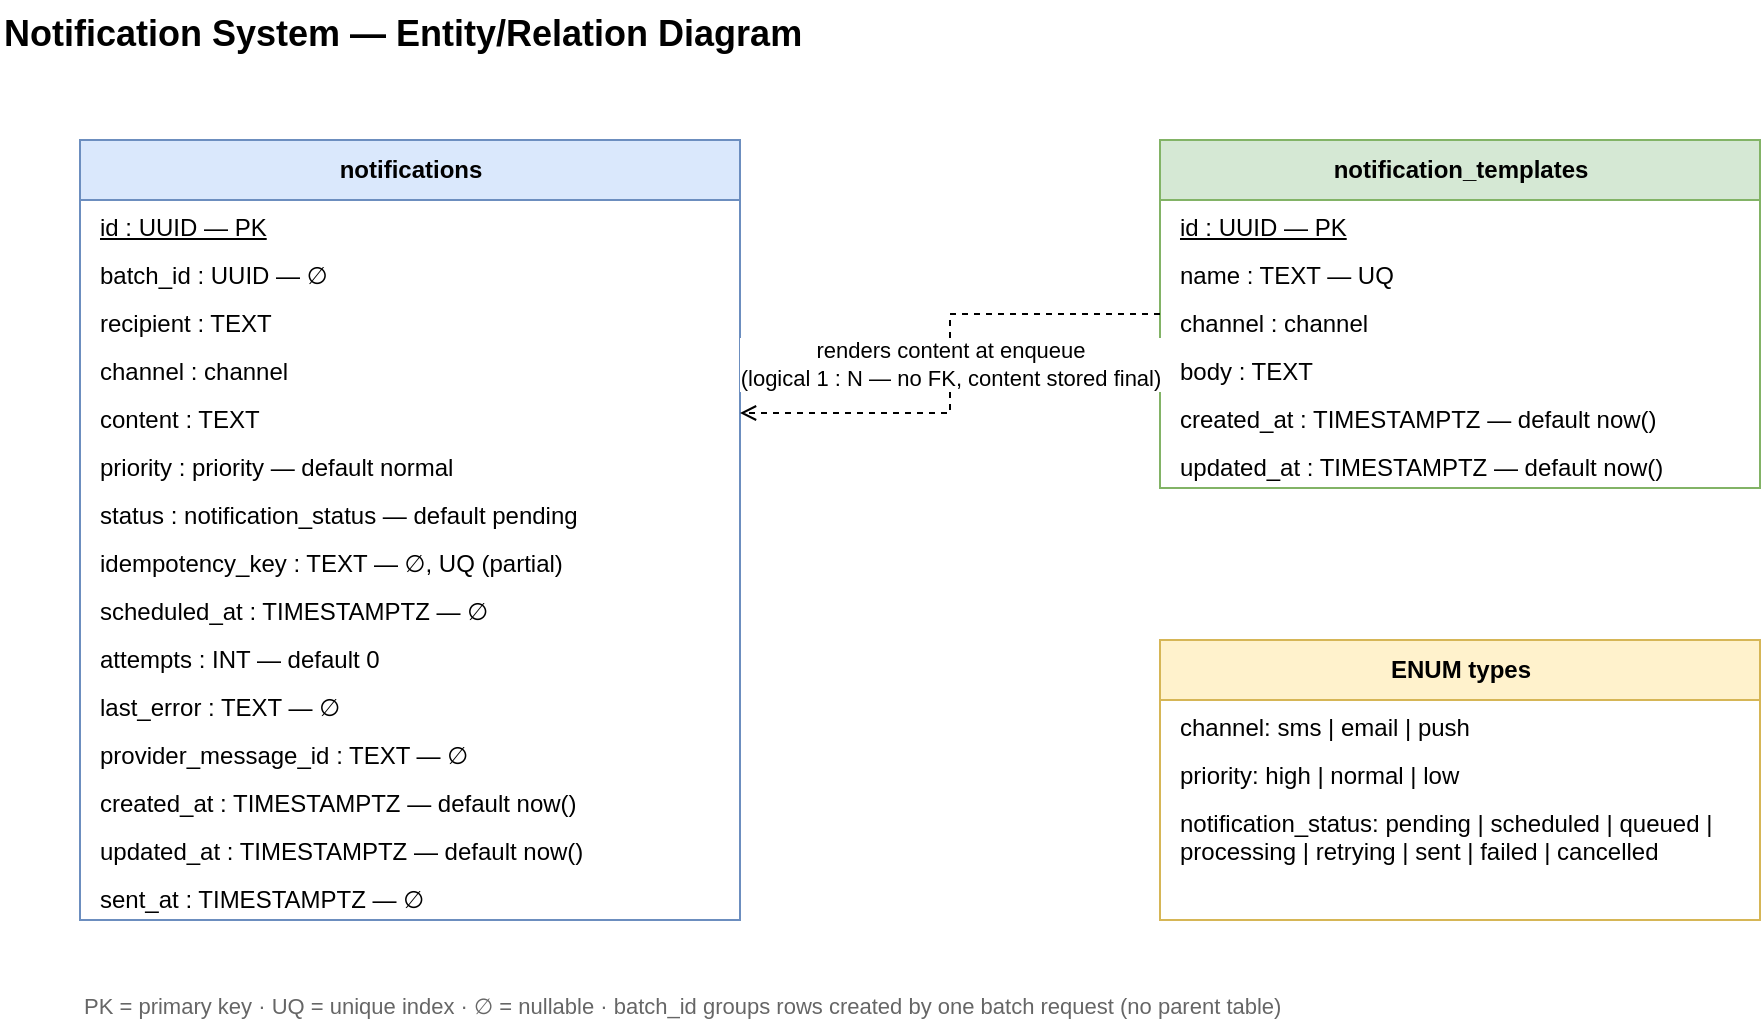
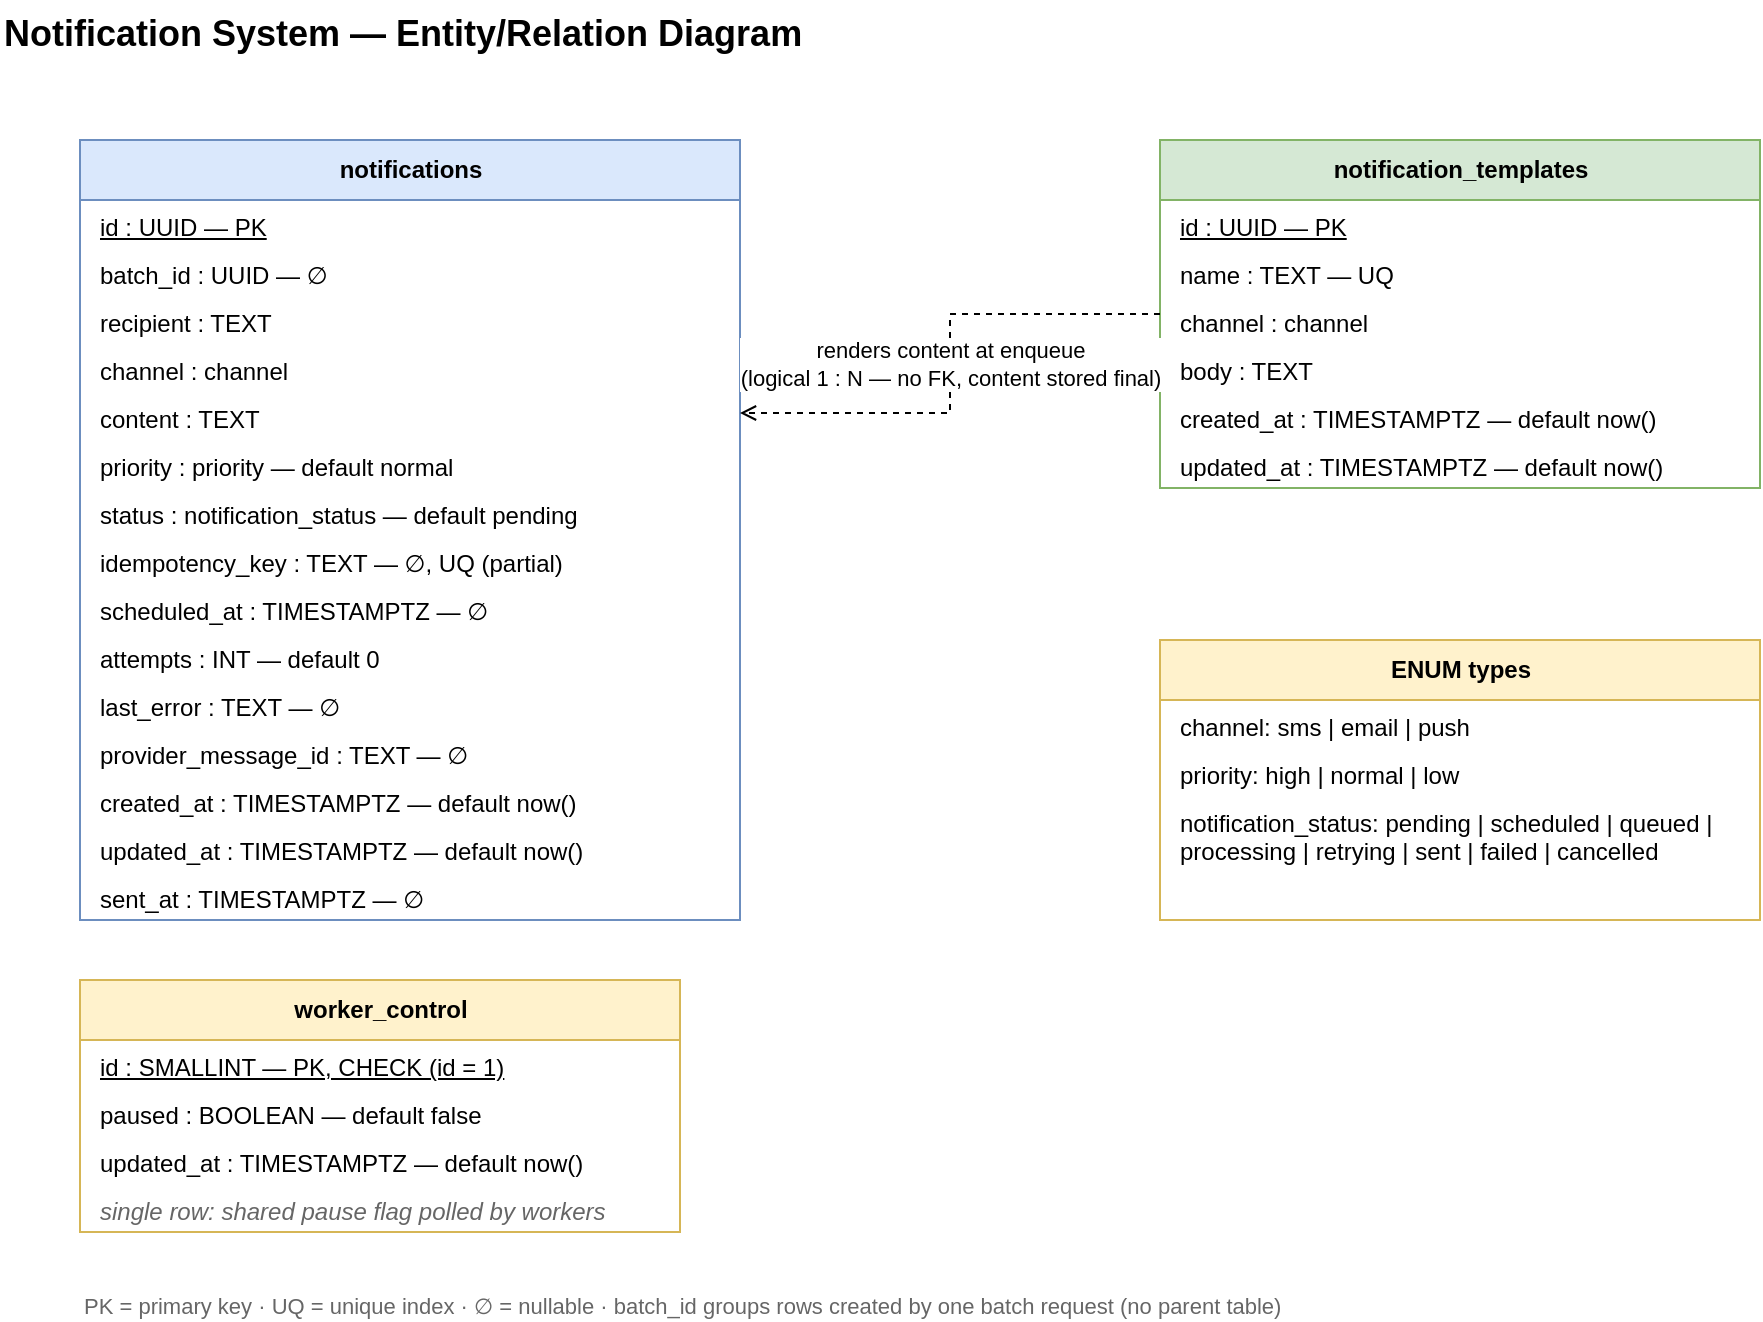
<mxfile host="app.diagrams.net" modified="2026-07-04T00:00:00.000Z" agent="drawio" version="24.0.0">
  <diagram id="notification-er" name="Entity Relations">
    <mxGraphModel dx="1200" dy="700" grid="1" gridSize="10" guides="1" tooltips="1" connect="1" arrows="1" fold="1" page="1" pageScale="1" pageWidth="1000" pageHeight="620" math="0" shadow="0">
      <root>
        <mxCell id="0" />
        <mxCell id="1" parent="0" />

        <mxCell id="title" value="Notification System — Entity/Relation Diagram" style="text;html=1;fontSize=18;fontStyle=1;align=left;" vertex="1" parent="1">
          <mxGeometry x="40" y="10" width="500" height="30" as="geometry" />
        </mxCell>

        <!-- notifications entity -->
        <mxCell id="notifications" value="notifications" style="swimlane;html=1;fontStyle=1;startSize=30;horizontal=1;fillColor=#dae8fc;strokeColor=#6c8ebf;swimlaneFillColor=#ffffff;" vertex="1" parent="1">
          <mxGeometry x="80" y="80" width="330" height="390" as="geometry" />
        </mxCell>
        <mxCell id="n01" value="id : UUID — PK" style="text;html=1;align=left;spacingLeft=8;fontStyle=4;" vertex="1" parent="notifications">
          <mxGeometry x="0" y="30" width="330" height="24" as="geometry" />
        </mxCell>
        <mxCell id="n02" value="batch_id : UUID — ∅" style="text;html=1;align=left;spacingLeft=8;" vertex="1" parent="notifications">
          <mxGeometry x="0" y="54" width="330" height="24" as="geometry" />
        </mxCell>
        <mxCell id="n03" value="recipient : TEXT" style="text;html=1;align=left;spacingLeft=8;" vertex="1" parent="notifications">
          <mxGeometry x="0" y="78" width="330" height="24" as="geometry" />
        </mxCell>
        <mxCell id="n04" value="channel : channel" style="text;html=1;align=left;spacingLeft=8;" vertex="1" parent="notifications">
          <mxGeometry x="0" y="102" width="330" height="24" as="geometry" />
        </mxCell>
        <mxCell id="n05" value="content : TEXT" style="text;html=1;align=left;spacingLeft=8;" vertex="1" parent="notifications">
          <mxGeometry x="0" y="126" width="330" height="24" as="geometry" />
        </mxCell>
        <mxCell id="n06" value="priority : priority — default normal" style="text;html=1;align=left;spacingLeft=8;" vertex="1" parent="notifications">
          <mxGeometry x="0" y="150" width="330" height="24" as="geometry" />
        </mxCell>
        <mxCell id="n07" value="status : notification_status — default pending" style="text;html=1;align=left;spacingLeft=8;" vertex="1" parent="notifications">
          <mxGeometry x="0" y="174" width="330" height="24" as="geometry" />
        </mxCell>
        <mxCell id="n08" value="idempotency_key : TEXT — ∅, UQ (partial)" style="text;html=1;align=left;spacingLeft=8;" vertex="1" parent="notifications">
          <mxGeometry x="0" y="198" width="330" height="24" as="geometry" />
        </mxCell>
        <mxCell id="n09" value="scheduled_at : TIMESTAMPTZ — ∅" style="text;html=1;align=left;spacingLeft=8;" vertex="1" parent="notifications">
          <mxGeometry x="0" y="222" width="330" height="24" as="geometry" />
        </mxCell>
        <mxCell id="n10" value="attempts : INT — default 0" style="text;html=1;align=left;spacingLeft=8;" vertex="1" parent="notifications">
          <mxGeometry x="0" y="246" width="330" height="24" as="geometry" />
        </mxCell>
        <mxCell id="n11" value="last_error : TEXT — ∅" style="text;html=1;align=left;spacingLeft=8;" vertex="1" parent="notifications">
          <mxGeometry x="0" y="270" width="330" height="24" as="geometry" />
        </mxCell>
        <mxCell id="n12" value="provider_message_id : TEXT — ∅" style="text;html=1;align=left;spacingLeft=8;" vertex="1" parent="notifications">
          <mxGeometry x="0" y="294" width="330" height="24" as="geometry" />
        </mxCell>
        <mxCell id="n13" value="created_at : TIMESTAMPTZ — default now()" style="text;html=1;align=left;spacingLeft=8;" vertex="1" parent="notifications">
          <mxGeometry x="0" y="318" width="330" height="24" as="geometry" />
        </mxCell>
        <mxCell id="n14" value="updated_at : TIMESTAMPTZ — default now()" style="text;html=1;align=left;spacingLeft=8;" vertex="1" parent="notifications">
          <mxGeometry x="0" y="342" width="330" height="24" as="geometry" />
        </mxCell>
        <mxCell id="n15" value="sent_at : TIMESTAMPTZ — ∅" style="text;html=1;align=left;spacingLeft=8;" vertex="1" parent="notifications">
          <mxGeometry x="0" y="366" width="330" height="24" as="geometry" />
        </mxCell>

        <!-- templates entity -->
        <mxCell id="templates" value="notification_templates" style="swimlane;html=1;fontStyle=1;startSize=30;horizontal=1;fillColor=#d5e8d4;strokeColor=#82b366;swimlaneFillColor=#ffffff;" vertex="1" parent="1">
          <mxGeometry x="620" y="80" width="300" height="174" as="geometry" />
        </mxCell>
        <mxCell id="t01" value="id : UUID — PK" style="text;html=1;align=left;spacingLeft=8;fontStyle=4;" vertex="1" parent="templates">
          <mxGeometry x="0" y="30" width="300" height="24" as="geometry" />
        </mxCell>
        <mxCell id="t02" value="name : TEXT — UQ" style="text;html=1;align=left;spacingLeft=8;" vertex="1" parent="templates">
          <mxGeometry x="0" y="54" width="300" height="24" as="geometry" />
        </mxCell>
        <mxCell id="t03" value="channel : channel" style="text;html=1;align=left;spacingLeft=8;" vertex="1" parent="templates">
          <mxGeometry x="0" y="78" width="300" height="24" as="geometry" />
        </mxCell>
        <mxCell id="t04" value="body : TEXT" style="text;html=1;align=left;spacingLeft=8;" vertex="1" parent="templates">
          <mxGeometry x="0" y="102" width="300" height="24" as="geometry" />
        </mxCell>
        <mxCell id="t05" value="created_at : TIMESTAMPTZ — default now()" style="text;html=1;align=left;spacingLeft=8;" vertex="1" parent="templates">
          <mxGeometry x="0" y="126" width="300" height="24" as="geometry" />
        </mxCell>
        <mxCell id="t06" value="updated_at : TIMESTAMPTZ — default now()" style="text;html=1;align=left;spacingLeft=8;" vertex="1" parent="templates">
          <mxGeometry x="0" y="150" width="300" height="24" as="geometry" />
        </mxCell>

        <!-- enums -->
        <mxCell id="enums" value="ENUM types" style="swimlane;html=1;fontStyle=1;startSize=30;horizontal=1;fillColor=#fff2cc;strokeColor=#d6b656;swimlaneFillColor=#ffffff;" vertex="1" parent="1">
          <mxGeometry x="620" y="330" width="300" height="140" as="geometry" />
        </mxCell>
        <mxCell id="en1" value="channel: sms | email | push" style="text;html=1;align=left;spacingLeft=8;" vertex="1" parent="enums">
          <mxGeometry x="0" y="30" width="300" height="24" as="geometry" />
        </mxCell>
        <mxCell id="en2" value="priority: high | normal | low" style="text;html=1;align=left;spacingLeft=8;" vertex="1" parent="enums">
          <mxGeometry x="0" y="54" width="300" height="24" as="geometry" />
        </mxCell>
        <mxCell id="en3" value="notification_status: pending | scheduled | queued |&#10;processing | retrying | sent | failed | cancelled" style="text;html=1;align=left;spacingLeft=8;" vertex="1" parent="enums">
          <mxGeometry x="0" y="78" width="300" height="48" as="geometry" />
        </mxCell>

+         <!-- worker_control: single-row operational flag -->
+         <mxCell id="workerctl" value="worker_control" style="swimlane;html=1;fontStyle=1;startSize=30;horizontal=1;fillColor=#fff2cc;strokeColor=#d6b656;swimlaneFillColor=#ffffff;" vertex="1" parent="1">
+           <mxGeometry x="80" y="500" width="300" height="126" as="geometry" />
+         </mxCell>
+         <mxCell id="wc1" value="id : SMALLINT — PK, CHECK (id = 1)" style="text;html=1;align=left;spacingLeft=8;fontStyle=4;" vertex="1" parent="workerctl">
+           <mxGeometry x="0" y="30" width="300" height="24" as="geometry" />
+         </mxCell>
+         <mxCell id="wc2" value="paused : BOOLEAN — default false" style="text;html=1;align=left;spacingLeft=8;" vertex="1" parent="workerctl">
+           <mxGeometry x="0" y="54" width="300" height="24" as="geometry" />
+         </mxCell>
+         <mxCell id="wc3" value="updated_at : TIMESTAMPTZ — default now()" style="text;html=1;align=left;spacingLeft=8;" vertex="1" parent="workerctl">
+           <mxGeometry x="0" y="78" width="300" height="24" as="geometry" />
+         </mxCell>
+         <mxCell id="wc4" value="single row: shared pause flag polled by workers" style="text;html=1;align=left;spacingLeft=8;fontStyle=2;fontColor=#666666;" vertex="1" parent="workerctl">
+           <mxGeometry x="0" y="102" width="300" height="24" as="geometry" />
+         </mxCell>
+ 
        <!-- logical relation: template renders notification content at enqueue -->
        <mxCell id="rel1" value="renders content at enqueue&#10;(logical 1 : N — no FK, content stored final)" style="edgeStyle=orthogonalEdgeStyle;rounded=0;html=1;dashed=1;exitX=0;exitY=0.5;exitDx=0;exitDy=0;entryX=1;entryY=0.35;entryDx=0;entryDy=0;startArrow=none;endArrow=open;" edge="1" parent="1" source="templates" target="notifications">
          <mxGeometry relative="1" as="geometry" />
        </mxCell>

        <!-- legend -->
        <mxCell id="legend" value="PK = primary key · UQ = unique index · ∅ = nullable · batch_id groups rows created by one batch request (no parent table)" style="text;html=1;align=left;fontSize=11;fontColor=#666666;" vertex="1" parent="1">
-           <mxGeometry x="80" y="500" width="840" height="20" as="geometry" />
+           <mxGeometry x="80" y="650" width="840" height="20" as="geometry" />
        </mxCell>
      </root>
    </mxGraphModel>
  </diagram>
</mxfile>
